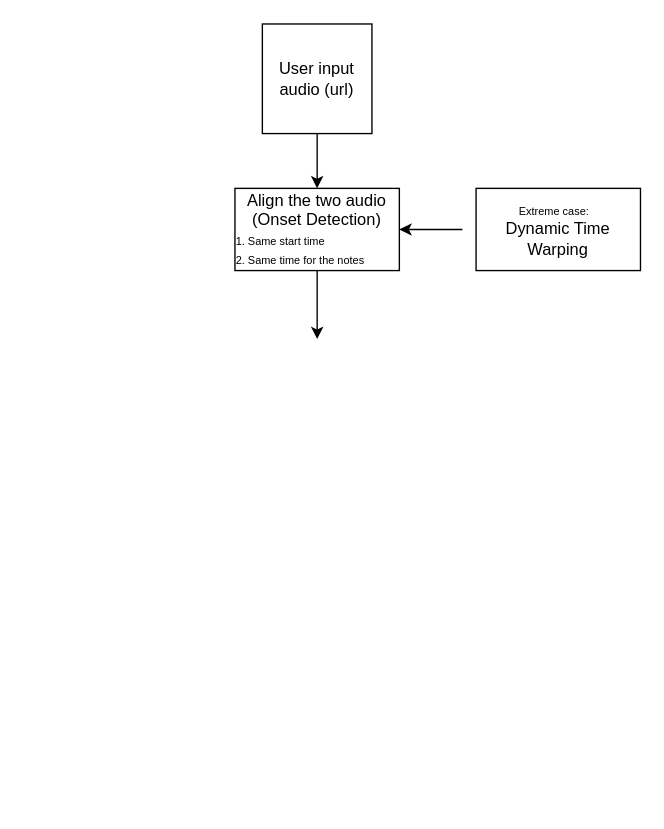
Earlier version of the draw.io diagram 未命名绘图.drawio (Skyler-bot-code/Realtime-Composition-Analyzer). Source tidied: cells renumbered, new cells numbered last; positions are measured from the earlier drawing's top-left corner, leaving out a move shared by most shapes. Both pictures are drawn from the tidied source at 137%, with x=0, y=0 at pixel (234, 23).
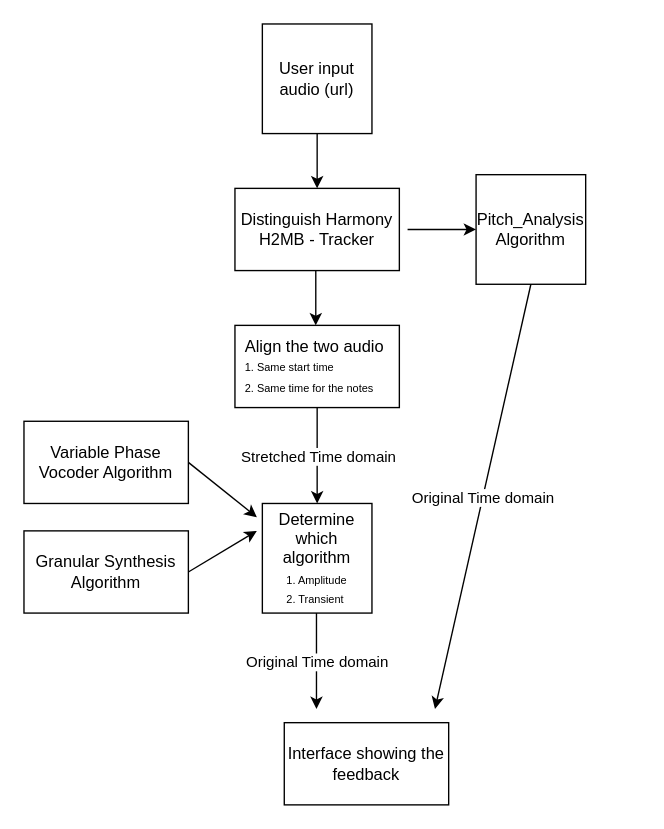
After the change.

What changed in the source:
```diff
@@
-    <mxCell id="4" style="endArrow=classic;html=1;rounded=0;entryX=1;entryY=0.5;entryDx=0;entryDy=0;" parent="1" edge="1" target="5">
-      <mxGeometry relative="1" as="geometry">
-        <mxPoint x="166" y="150" as="sourcePoint" />
-      </mxGeometry>
-    </mxCell>
-    <mxCell id="5" value="Align the two audio (Onset Detection)&lt;div style=&quot;text-align: left;&quot;&gt;&lt;font style=&quot;font-size: 8px;&quot;&gt;1. Same start time&lt;/font&gt;&lt;/div&gt;&lt;div style=&quot;text-align: left;&quot;&gt;&lt;font style=&quot;font-size: 8px;&quot;&gt;2. Same time for the notes&lt;/font&gt;&lt;/div&gt;" style="rounded=0;whiteSpace=wrap;html=1;" parent="1" vertex="1">
-      <mxGeometry y="120" width="120" height="60" as="geometry" />
+    <mxCell id="5" value="Align the two audio&amp;nbsp;&lt;div style=&quot;text-align: left;&quot;&gt;&lt;font style=&quot;font-size: 8px;&quot;&gt;1. Same start time&lt;/font&gt;&lt;/div&gt;&lt;div style=&quot;text-align: left;&quot;&gt;&lt;font style=&quot;font-size: 8px;&quot;&gt;2. Same time for the notes&lt;/font&gt;&lt;/div&gt;" style="rounded=0;whiteSpace=wrap;html=1;" parent="1" vertex="1">
+      <mxGeometry y="220" width="120" height="60" as="geometry" />
     </mxCell>
-    <mxCell id="6" value="&lt;font style=&quot;font-size: 8px;&quot;&gt;Extreme case:&amp;nbsp;&lt;/font&gt;&amp;nbsp;&lt;div&gt;Dynamic Time Warping&lt;/div&gt;" style="rounded=0;whiteSpace=wrap;html=1;" parent="1" vertex="1">
-      <mxGeometry x="176" y="120" width="120" height="60" as="geometry" />
-    </mxCell>
-    <mxCell id="7" style="endArrow=classic;html=1;rounded=0;exitX=0.5;exitY=1;exitDx=0;exitDy=0;" parent="1" edge="1" source="5">
-      <mxGeometry relative="1" as="geometry">
-        <mxPoint x="60" y="230" as="targetPoint" />
-      </mxGeometry>
-    </mxCell>
+    <mxCell id="8" value="Determine which algorithm&lt;div&gt;&lt;font style=&quot;font-size: 8px;&quot;&gt;1. Amplitude&lt;/font&gt;&lt;/div&gt;&lt;div&gt;&lt;font style=&quot;font-size: 8px;&quot;&gt;2. Transient&amp;nbsp;&lt;/font&gt;&lt;/div&gt;" style="whiteSpace=wrap;html=1;" parent="1" vertex="1">
+      <mxGeometry x="20" y="350" width="80" height="80" as="geometry" />
+    </mxCell>
+    <mxCell id="9" style="endArrow=classic;html=1;rounded=0;exitX=0.5;exitY=1;exitDx=0;exitDy=0;" parent="1" edge="1" source="8">
+      <mxGeometry relative="1" as="geometry">
+        <mxPoint x="60" y="430" as="targetPoint" />
+      </mxGeometry>
+    </mxCell>
+    <mxCell id="10" style="endArrow=classic;html=1;rounded=0;" parent="1" edge="1">
+      <mxGeometry relative="1" as="geometry">
+        <mxPoint x="-34" y="320" as="sourcePoint" />
+        <mxPoint x="16" y="360" as="targetPoint" />
+      </mxGeometry>
+    </mxCell>
+    <mxCell id="11" style="endArrow=classic;html=1;rounded=0;" parent="1" edge="1">
+      <mxGeometry relative="1" as="geometry">
+        <mxPoint x="-34" y="400" as="sourcePoint" />
+        <mxPoint x="16" y="370" as="targetPoint" />
+      </mxGeometry>
+    </mxCell>
+    <mxCell id="12" value="Granular Synthesis Algorithm" style="rounded=0;whiteSpace=wrap;html=1;" parent="1" vertex="1">
+      <mxGeometry x="-154" y="370" width="120" height="60" as="geometry" />
+    </mxCell>
+    <mxCell id="13" value="Variable Phase Vocoder Algorithm" style="rounded=0;whiteSpace=wrap;html=1;" parent="1" vertex="1">
+      <mxGeometry x="-154" y="290" width="120" height="60" as="geometry" />
+    </mxCell>
+    <mxCell id="14" style="endArrow=classic;html=1;rounded=0;" parent="1" edge="1">
+      <mxGeometry relative="1" as="geometry">
+        <mxPoint x="59" y="180" as="sourcePoint" />
+        <mxPoint x="59" y="220" as="targetPoint" />
+      </mxGeometry>
+    </mxCell>
+    <mxCell id="15" value="Pitch_Analysis Algorithm" style="whiteSpace=wrap;html=1;" parent="1" vertex="1">
+      <mxGeometry x="176" y="110" width="80" height="80" as="geometry" />
+    </mxCell>
+    <mxCell id="16" value="Distinguish Harmony H2MB - Tracker" style="rounded=0;whiteSpace=wrap;html=1;" parent="1" vertex="1">
+      <mxGeometry y="120" width="120" height="60" as="geometry" />
+    </mxCell>
+    <mxCell id="17" style="endArrow=classic;html=1;rounded=0;entryX=0;entryY=0.5;entryDx=0;entryDy=0;" parent="1" edge="1" target="15">
+      <mxGeometry relative="1" as="geometry">
+        <mxPoint x="126" y="150" as="sourcePoint" />
+      </mxGeometry>
+    </mxCell>
+    <mxCell id="18" style="endArrow=classic;html=1;rounded=0;exitX=0.5;exitY=1;exitDx=0;exitDy=0;entryX=0.5;entryY=0;entryDx=0;entryDy=0;" parent="1" edge="1" source="5" target="8">
+      <mxGeometry relative="1" as="geometry" />
+    </mxCell>
+    <mxCell id="19" value="Stretched Time domain" style="edgeLabel;html=1;align=center;verticalAlign=middle;" parent="18" vertex="1">
+      <mxGeometry relative="1" as="geometry" />
+    </mxCell>
+    <mxCell id="20" style="endArrow=classic;html=1;rounded=0;exitX=0.5;exitY=1;exitDx=0;exitDy=0;" parent="1" edge="1" source="15">
+      <mxGeometry relative="1" as="geometry">
+        <mxPoint x="146" y="500" as="targetPoint" />
+      </mxGeometry>
+    </mxCell>
+    <mxCell id="21" value="Original Time domain" style="edgeLabel;html=1;align=center;verticalAlign=middle;" parent="20" vertex="1">
+      <mxGeometry relative="1" as="geometry" />
+    </mxCell>
+    <mxCell id="22" style="endArrow=classic;html=1;rounded=0;exitX=0.5;exitY=1;exitDx=0;exitDy=0;entryX=0.5;entryY=0;entryDx=0;entryDy=0;" parent="1" edge="1">
+      <mxGeometry relative="1" as="geometry">
+        <mxPoint x="59.5" y="430" as="sourcePoint" />
+        <mxPoint x="59.5" y="500" as="targetPoint" />
+      </mxGeometry>
+    </mxCell>
+    <mxCell id="23" value="Original Time domain" style="edgeLabel;html=1;align=center;verticalAlign=middle;" parent="22" vertex="1">
+      <mxGeometry relative="1" as="geometry" />
+    </mxCell>
+    <mxCell id="24" value="Interface showing the feedback" style="rounded=0;whiteSpace=wrap;html=1;" parent="1" vertex="1">
+      <mxGeometry x="36" y="510" width="120" height="60" as="geometry" />
+    </mxCell>
```
